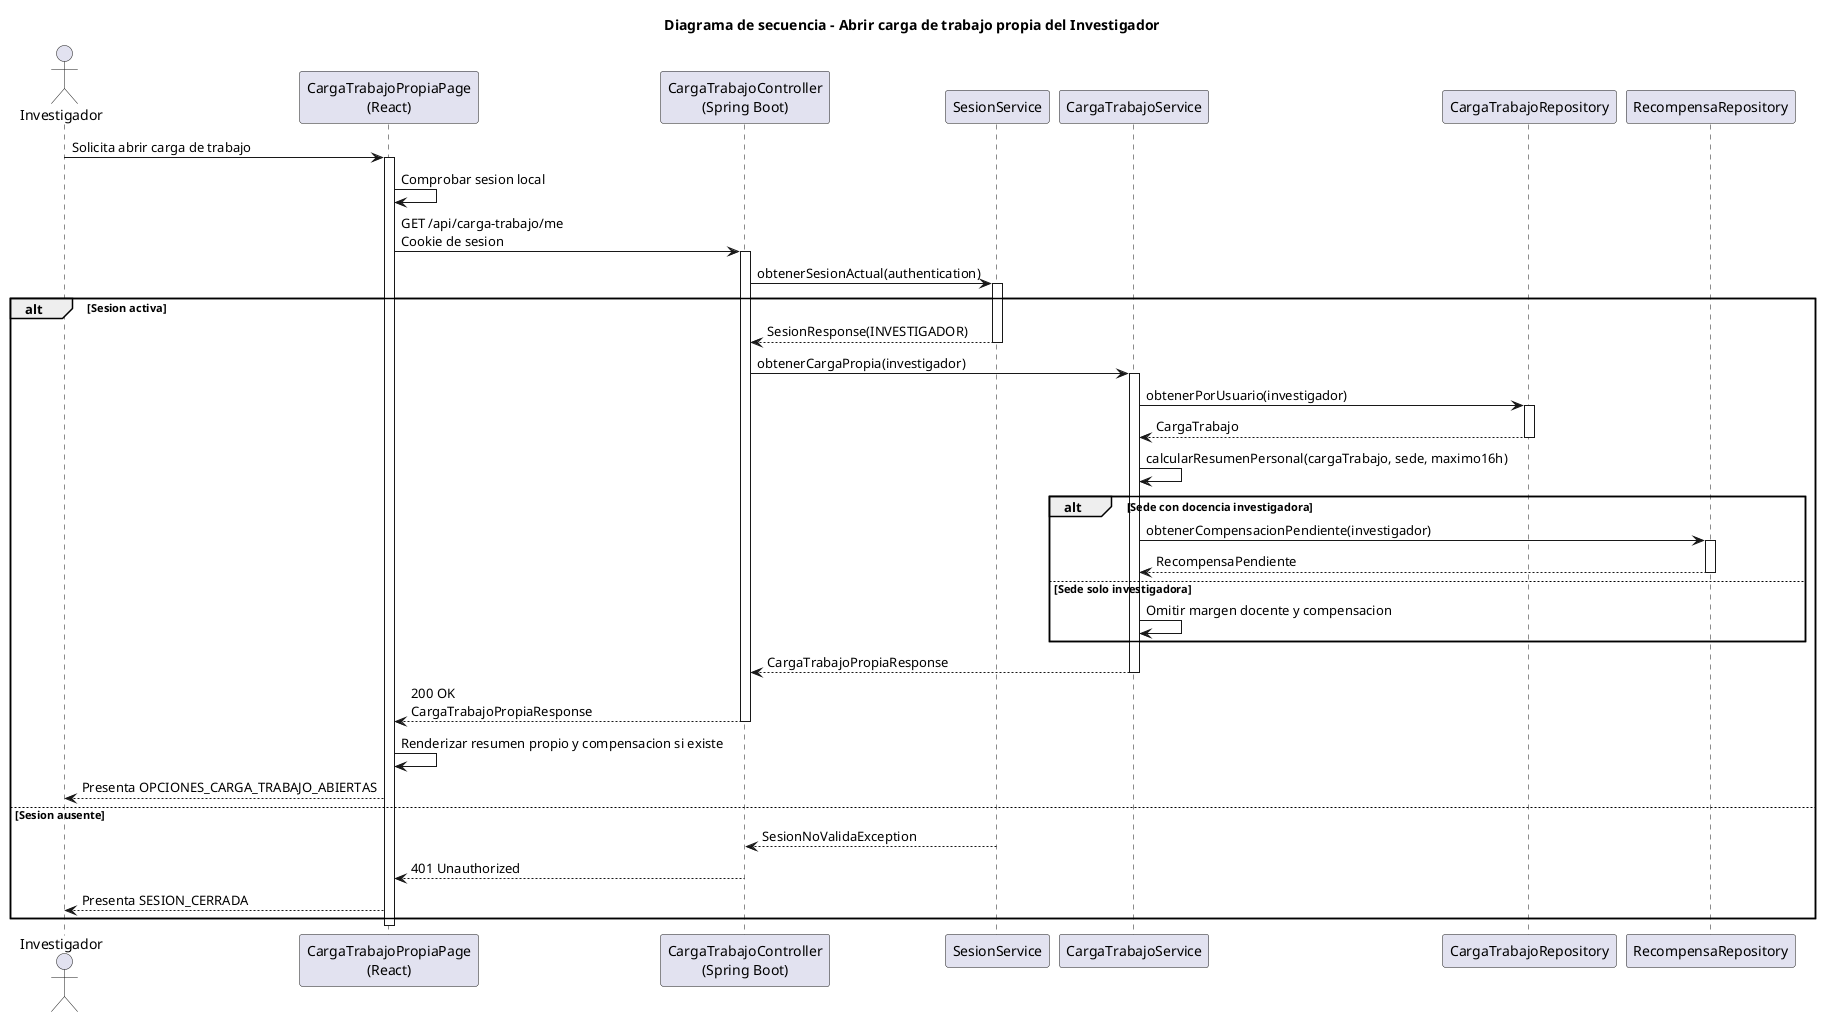
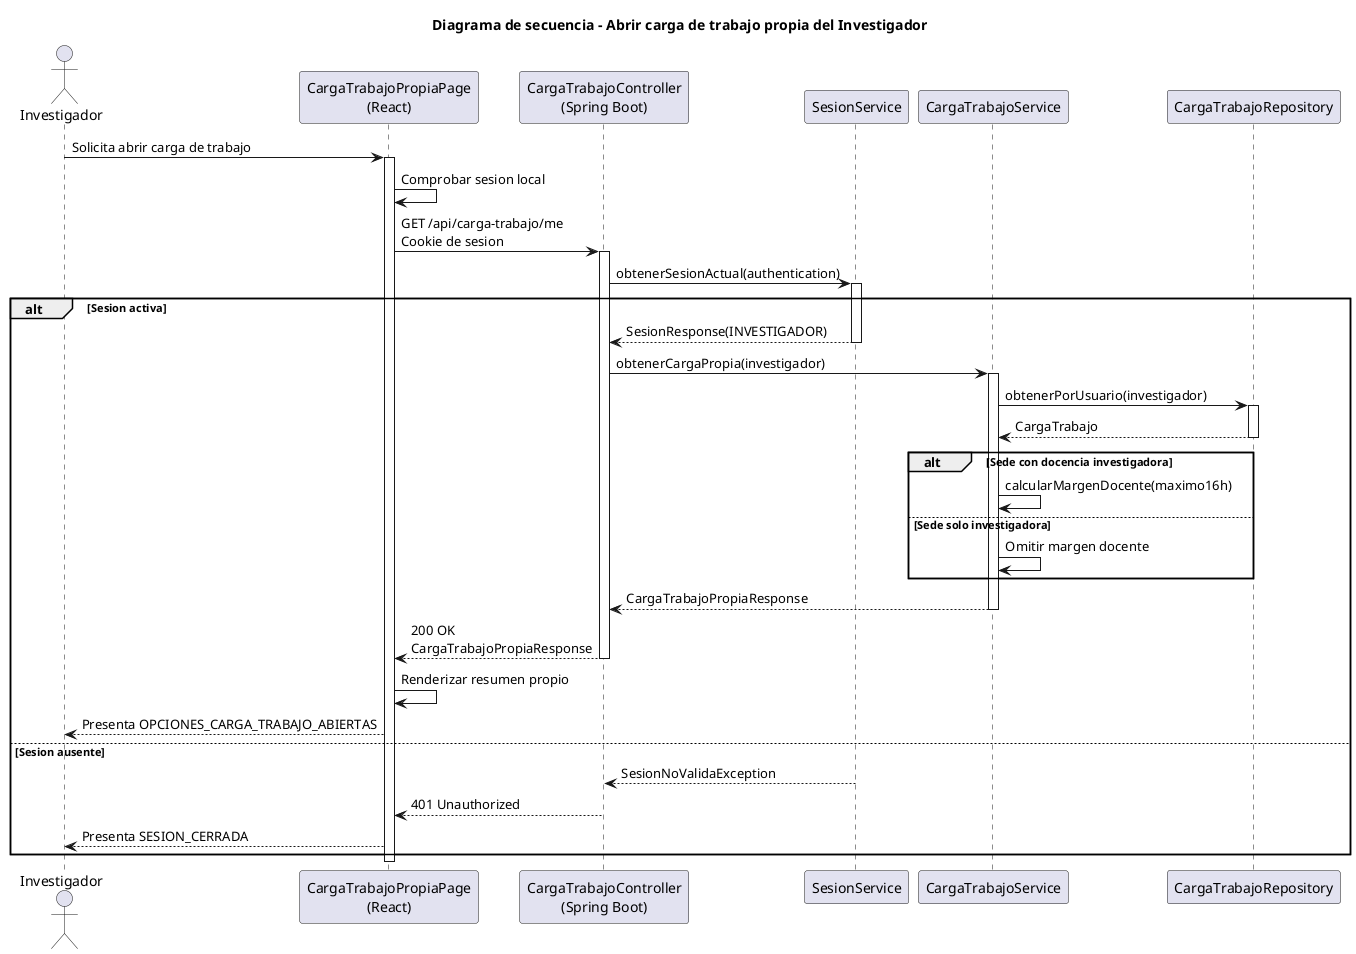
@startuml abrirOpcionesCargaTrabajo-investigador-diseno
title Diagrama de secuencia - Abrir carga de trabajo propia del Investigador

actor Investigador
participant "CargaTrabajoPropiaPage\n(React)" as Frontend
participant "CargaTrabajoController\n(Spring Boot)" as Api
participant "SesionService" as Sesion
participant "CargaTrabajoService" as Service
participant "CargaTrabajoRepository" as CargaRepo
- participant "RecompensaRepository" as RecompensaRepo

Investigador -> Frontend: Solicita abrir carga de trabajo
activate Frontend
Frontend -> Frontend: Comprobar sesion local
Frontend -> Api: GET /api/carga-trabajo/me\nCookie de sesion
activate Api
Api -> Sesion: obtenerSesionActual(authentication)
activate Sesion
alt Sesion activa
    Sesion --> Api: SesionResponse(INVESTIGADOR)
    deactivate Sesion
    Api -> Service: obtenerCargaPropia(investigador)
    activate Service
    Service -> CargaRepo: obtenerPorUsuario(investigador)
    activate CargaRepo
    CargaRepo --> Service: CargaTrabajo
    deactivate CargaRepo
-     Service -> Service: calcularResumenPersonal(cargaTrabajo, sede, maximo16h)
    alt Sede con docencia investigadora
-         Service -> RecompensaRepo: obtenerCompensacionPendiente(investigador)
-         activate RecompensaRepo
-         RecompensaRepo --> Service: RecompensaPendiente
-         deactivate RecompensaRepo
+         Service -> Service: calcularMargenDocente(maximo16h)
    else Sede solo investigadora
-         Service -> Service: Omitir margen docente y compensacion
+         Service -> Service: Omitir margen docente
    end
    Service --> Api: CargaTrabajoPropiaResponse
    deactivate Service
    Api --> Frontend: 200 OK\nCargaTrabajoPropiaResponse
    deactivate Api
-     Frontend -> Frontend: Renderizar resumen propio y compensacion si existe
+     Frontend -> Frontend: Renderizar resumen propio
    Frontend --> Investigador: Presenta OPCIONES_CARGA_TRABAJO_ABIERTAS
else Sesion ausente
    Sesion --> Api: SesionNoValidaException
    deactivate Sesion
    Api --> Frontend: 401 Unauthorized
    deactivate Api
    Frontend --> Investigador: Presenta SESION_CERRADA
end
deactivate Frontend
@enduml
